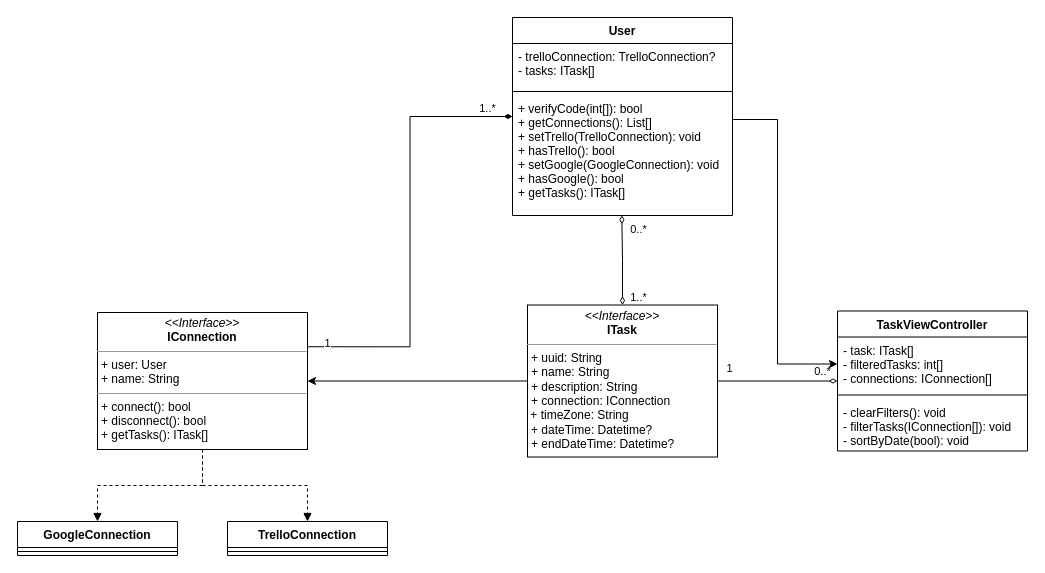
Earlier version of the draw.io diagram page "objects" (1 of 8) of smart-mirror.drawio (Bab-Lab/smart-mirror). Source tidied: cells renumbered, new cells numbered last; positions are measured from the earlier drawing's top-left corner, leaving out a move shared by most shapes. Both pictures are drawn from the tidied source at 100%, with x=0, y=0 at pixel (17, 17).
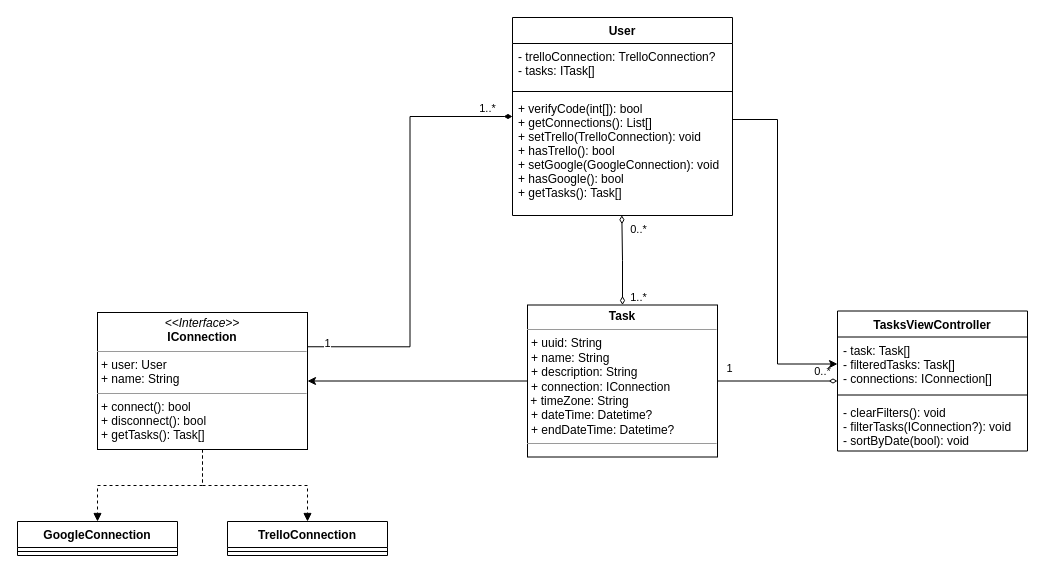
The same diagram, later.

Unchanged cells that the change refers to:
```xml
<mxCell id="17" value="User" style="swimlane;fontStyle=1;align=center;verticalAlign=top;horizontal=1;startSize=26;fillColor=#FFFFFF;labelBackgroundColor=none;" parent="1" vertex="1">
  <mxGeometry x="495" width="220" height="198" as="geometry" />
</mxCell>
```

What changed in the source:
```diff
@@
-    <mxCell id="9" value="&lt;p style=&quot;margin: 0px ; margin-top: 4px ; text-align: center&quot;&gt;&lt;i&gt;&amp;lt;&amp;lt;Interface&amp;gt;&amp;gt;&lt;/i&gt;&lt;br&gt;&lt;b&gt;ITask&lt;/b&gt;&lt;/p&gt;&lt;hr size=&quot;1&quot;&gt;&lt;p style=&quot;margin: 0px ; margin-left: 4px&quot;&gt;+ uuid: String&lt;br&gt;+ name: String&lt;/p&gt;&lt;p style=&quot;margin: 0px ; margin-left: 4px&quot;&gt;+ description: String&lt;/p&gt;&lt;p style=&quot;margin: 0px ; margin-left: 4px&quot;&gt;+ connection: IConnection&lt;/p&gt;&amp;nbsp;+ timeZone: String&lt;p style=&quot;margin: 0px ; margin-left: 4px&quot;&gt;+ dateTime: Datetime?&lt;/p&gt;&lt;p style=&quot;margin: 0px ; margin-left: 4px&quot;&gt;+ endDateTime: Datetime?&lt;/p&gt;&lt;hr size=&quot;1&quot;&gt;&lt;p style=&quot;margin: 0px ; margin-left: 4px&quot;&gt;&lt;br&gt;&lt;/p&gt;" style="verticalAlign=top;align=left;overflow=fill;fontSize=12;fontFamily=Helvetica;html=1;labelBackgroundColor=none;" parent="1" vertex="1">
+    <mxCell id="9" value="&lt;p style=&quot;margin: 0px ; margin-top: 4px ; text-align: center&quot;&gt;&lt;b&gt;Task&lt;/b&gt;&lt;/p&gt;&lt;hr size=&quot;1&quot;&gt;&lt;p style=&quot;margin: 0px ; margin-left: 4px&quot;&gt;+ uuid: String&lt;br&gt;+ name: String&lt;/p&gt;&lt;p style=&quot;margin: 0px ; margin-left: 4px&quot;&gt;+ description: String&lt;/p&gt;&lt;p style=&quot;margin: 0px ; margin-left: 4px&quot;&gt;+ connection: IConnection&lt;/p&gt;&amp;nbsp;+ timeZone: String&lt;p style=&quot;margin: 0px ; margin-left: 4px&quot;&gt;+ dateTime: Datetime?&lt;/p&gt;&lt;p style=&quot;margin: 0px ; margin-left: 4px&quot;&gt;+ endDateTime: Datetime?&lt;/p&gt;&lt;hr size=&quot;1&quot;&gt;&lt;p style=&quot;margin: 0px ; margin-left: 4px&quot;&gt;&lt;br&gt;&lt;/p&gt;" style="verticalAlign=top;align=left;overflow=fill;fontSize=12;fontFamily=Helvetica;html=1;labelBackgroundColor=none;" parent="1" vertex="1">
       <mxGeometry x="510" y="287.5" width="190" height="152" as="geometry" />
     </mxCell>
@@
-    <mxCell id="12" value="&lt;p style=&quot;margin: 0px ; margin-top: 4px ; text-align: center&quot;&gt;&lt;i&gt;&amp;lt;&amp;lt;Interface&amp;gt;&amp;gt;&lt;/i&gt;&lt;br&gt;&lt;b&gt;IConnection&lt;/b&gt;&lt;/p&gt;&lt;hr size=&quot;1&quot;&gt;&lt;p style=&quot;margin: 0px ; margin-left: 4px&quot;&gt;+ user: User&lt;/p&gt;&lt;p style=&quot;margin: 0px ; margin-left: 4px&quot;&gt;+ name: String&lt;/p&gt;&lt;hr size=&quot;1&quot;&gt;&lt;p style=&quot;margin: 0px ; margin-left: 4px&quot;&gt;&lt;span&gt;+ connect(): bool&lt;/span&gt;&lt;/p&gt;&lt;p style=&quot;margin: 0px ; margin-left: 4px&quot;&gt;&lt;span&gt;+ disconnect(): bool&lt;/span&gt;&lt;/p&gt;&lt;p style=&quot;margin: 0px ; margin-left: 4px&quot;&gt;&lt;span&gt;+ getTasks(): ITask[]&amp;nbsp;&lt;/span&gt;&lt;br&gt;&lt;/p&gt;" style="verticalAlign=top;align=left;overflow=fill;fontSize=12;fontFamily=Helvetica;html=1;labelBackgroundColor=none;" parent="1" vertex="1">
+    <mxCell id="12" value="&lt;p style=&quot;margin: 0px ; margin-top: 4px ; text-align: center&quot;&gt;&lt;i&gt;&amp;lt;&amp;lt;Interface&amp;gt;&amp;gt;&lt;/i&gt;&lt;br&gt;&lt;b&gt;IConnection&lt;/b&gt;&lt;/p&gt;&lt;hr size=&quot;1&quot;&gt;&lt;p style=&quot;margin: 0px ; margin-left: 4px&quot;&gt;+ user: User&lt;/p&gt;&lt;p style=&quot;margin: 0px ; margin-left: 4px&quot;&gt;+ name: String&lt;/p&gt;&lt;hr size=&quot;1&quot;&gt;&lt;p style=&quot;margin: 0px ; margin-left: 4px&quot;&gt;&lt;span&gt;+ connect(): bool&lt;/span&gt;&lt;/p&gt;&lt;p style=&quot;margin: 0px ; margin-left: 4px&quot;&gt;&lt;span&gt;+ disconnect(): bool&lt;/span&gt;&lt;/p&gt;&lt;p style=&quot;margin: 0px ; margin-left: 4px&quot;&gt;&lt;span&gt;+ getTasks(): Task[]&amp;nbsp;&lt;/span&gt;&lt;br&gt;&lt;/p&gt;" style="verticalAlign=top;align=left;overflow=fill;fontSize=12;fontFamily=Helvetica;html=1;labelBackgroundColor=none;" parent="1" vertex="1">
       <mxGeometry x="80" y="295" width="210" height="137" as="geometry" />
     </mxCell>
@@
-    <mxCell id="20" value="+ verifyCode(int[]): bool&#10;+ getConnections(): List[]&#10;+ setTrello(TrelloConnection): void&#10;+ hasTrello(): bool&#10;+ setGoogle(GoogleConnection): void&#10;+ hasGoogle(): bool&#10;+ getTasks(): ITask[]" style="text;strokeColor=none;fillColor=none;align=left;verticalAlign=top;spacingLeft=4;spacingRight=4;overflow=hidden;points=[[0,0.5],[1,0.5]];portConstraint=eastwest;labelBackgroundColor=none;" parent="17" vertex="1">
+    <mxCell id="20" value="+ verifyCode(int[]): bool&#10;+ getConnections(): List[]&#10;+ setTrello(TrelloConnection): void&#10;+ hasTrello(): bool&#10;+ setGoogle(GoogleConnection): void&#10;+ hasGoogle(): bool&#10;+ getTasks(): Task[]" style="text;strokeColor=none;fillColor=none;align=left;verticalAlign=top;spacingLeft=4;spacingRight=4;overflow=hidden;points=[[0,0.5],[1,0.5]];portConstraint=eastwest;labelBackgroundColor=none;" parent="17" vertex="1">
       <mxGeometry y="78" width="220" height="120" as="geometry" />
     </mxCell>
-    <mxCell id="21" value="TaskViewController" style="swimlane;fontStyle=1;align=center;verticalAlign=top;horizontal=1;startSize=26;fillColor=#FFFFFF;labelBackgroundColor=none;" parent="1" vertex="1">
+    <mxCell id="21" value="TasksViewController" style="swimlane;fontStyle=1;align=center;verticalAlign=top;horizontal=1;startSize=26;fillColor=#FFFFFF;labelBackgroundColor=none;" parent="1" vertex="1">
       <mxGeometry x="820" y="293.5" width="190" height="140" as="geometry" />
     </mxCell>
-    <mxCell id="22" value="- task: ITask[]&#10;- filteredTasks: int[]&#10;- connections: IConnection[]" style="text;strokeColor=none;fillColor=none;align=left;verticalAlign=top;spacingLeft=4;spacingRight=4;overflow=hidden;points=[[0,0.5],[1,0.5]];portConstraint=eastwest;labelBackgroundColor=none;" parent="21" vertex="1">
+    <mxCell id="22" value="- task: Task[]&#10;- filteredTasks: Task[]&#10;- connections: IConnection[]" style="text;strokeColor=none;fillColor=none;align=left;verticalAlign=top;spacingLeft=4;spacingRight=4;overflow=hidden;points=[[0,0.5],[1,0.5]];portConstraint=eastwest;labelBackgroundColor=none;" parent="21" vertex="1">
       <mxGeometry y="26" width="190" height="54" as="geometry" />
     </mxCell>
@@
-    <mxCell id="24" value="- clearFilters(): void&#10;- filterTasks(IConnection[]): void&#10;- sortByDate(bool): void" style="text;strokeColor=none;fillColor=none;align=left;verticalAlign=top;spacingLeft=4;spacingRight=4;overflow=hidden;labelBackgroundColor=none;" parent="21" vertex="1">
+    <mxCell id="24" value="- clearFilters(): void&#10;- filterTasks(IConnection?): void&#10;- sortByDate(bool): void" style="text;strokeColor=none;fillColor=none;align=left;verticalAlign=top;spacingLeft=4;spacingRight=4;overflow=hidden;labelBackgroundColor=none;" parent="21" vertex="1">
       <mxGeometry y="88" width="190" height="52" as="geometry" />
     </mxCell>
```
